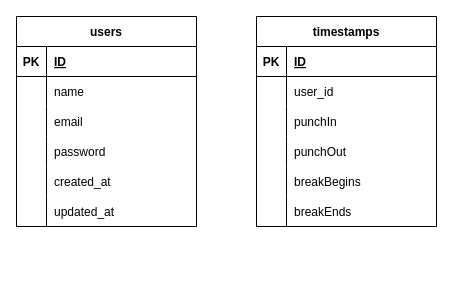
sakanadaketabetetai/attendance keeps this draw.io diagram as src/er.dio. Above is the earlier version. Source tidied: cells renumbered, new cells numbered last; positions are measured from the earlier drawing's top-left corner, leaving out a move shared by most shapes. Both pictures are drawn from the tidied source at 100%, with x=0, y=0 at pixel (16, 16).
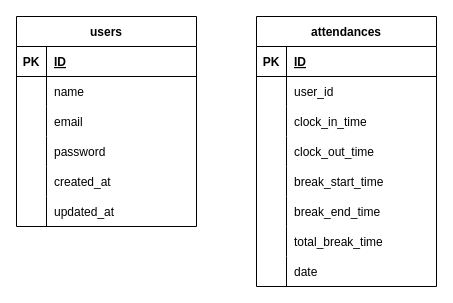
The same page after the edit.

Commit message:
リモートリポジトリの変更

Unchanged cells that the change refers to:
```xml
<mxCell id="28" style="shape=tableRow;horizontal=0;startSize=0;swimlaneHead=0;swimlaneBody=0;fillColor=none;top=0;left=0;right=0;bottom=0;" parent="21" vertex="1">
  <mxGeometry y="90" width="180" height="30" as="geometry" />
</mxCell>
<mxCell id="31" style="shape=tableRow;horizontal=0;startSize=0;swimlaneHead=0;swimlaneBody=0;fillColor=none;top=0;left=0;right=0;bottom=0;" parent="21" vertex="1">
  <mxGeometry y="120" width="180" height="30" as="geometry" />
</mxCell>
<mxCell id="34" style="shape=tableRow;horizontal=0;startSize=0;swimlaneHead=0;swimlaneBody=0;fillColor=none;top=0;left=0;right=0;bottom=0;" parent="21" vertex="1">
  <mxGeometry y="150" width="180" height="30" as="geometry" />
</mxCell>
<mxCell id="37" style="shape=tableRow;horizontal=0;startSize=0;swimlaneHead=0;swimlaneBody=0;fillColor=none;top=0;left=0;right=0;bottom=0;" parent="21" vertex="1">
  <mxGeometry y="180" width="180" height="30" as="geometry" />
</mxCell>
```

Diff of the diagram source:
```diff
@@
-    <mxCell id="21" value="timestamps" style="shape=table;startSize=30;childLayout=tableLayout;rowLines=0;fontStyle=1;align=center;" parent="1" vertex="1">
-      <mxGeometry x="240" width="180" height="210" as="geometry" />
+    <mxCell id="21" value="attendances" style="shape=table;startSize=30;childLayout=tableLayout;rowLines=0;fontStyle=1;align=center;" parent="1" vertex="1">
+      <mxGeometry x="240" width="180" height="270" as="geometry" />
     </mxCell>
@@
-    <mxCell id="30" value="punchIn" style="shape=partialRectangle;fillColor=none;top=0;left=0;bottom=0;right=0;align=left;spacingLeft=6;overflow=hidden;" parent="28" vertex="1">
+    <mxCell id="30" value="clock_in_time" style="shape=partialRectangle;fillColor=none;top=0;left=0;bottom=0;right=0;align=left;spacingLeft=6;overflow=hidden;" parent="28" vertex="1">
       <mxGeometry x="30" width="150" height="30" as="geometry" />
     </mxCell>
@@
-    <mxCell id="33" value="punchOut" style="shape=partialRectangle;fillColor=none;top=0;left=0;bottom=0;right=0;align=left;spacingLeft=6;overflow=hidden;" parent="31" vertex="1">
+    <mxCell id="33" value="clock_out_time" style="shape=partialRectangle;fillColor=none;top=0;left=0;bottom=0;right=0;align=left;spacingLeft=6;overflow=hidden;" parent="31" vertex="1">
       <mxGeometry x="30" width="150" height="30" as="geometry" />
     </mxCell>
@@
-    <mxCell id="36" value="breakBegins" style="shape=partialRectangle;fillColor=none;top=0;left=0;bottom=0;right=0;align=left;spacingLeft=6;overflow=hidden;" parent="34" vertex="1">
+    <mxCell id="36" value="break_start_time" style="shape=partialRectangle;fillColor=none;top=0;left=0;bottom=0;right=0;align=left;spacingLeft=6;overflow=hidden;" parent="34" vertex="1">
       <mxGeometry x="30" width="150" height="30" as="geometry" />
     </mxCell>
@@
-    <mxCell id="39" value="breakEnds" style="shape=partialRectangle;fillColor=none;top=0;left=0;bottom=0;right=0;align=left;spacingLeft=6;overflow=hidden;" parent="37" vertex="1">
+    <mxCell id="39" value="break_end_time" style="shape=partialRectangle;fillColor=none;top=0;left=0;bottom=0;right=0;align=left;spacingLeft=6;overflow=hidden;" parent="37" vertex="1">
       <mxGeometry x="30" width="150" height="30" as="geometry" />
     </mxCell>
+    <mxCell id="40" style="shape=tableRow;horizontal=0;startSize=0;swimlaneHead=0;swimlaneBody=0;fillColor=none;top=0;left=0;right=0;bottom=0;" parent="21" vertex="1">
+      <mxGeometry y="210" width="180" height="30" as="geometry" />
+    </mxCell>
+    <mxCell id="41" style="shape=partialRectangle;fillColor=none;top=0;left=0;bottom=0;right=0;overflow=hidden;" parent="40" vertex="1">
+      <mxGeometry width="30" height="30" as="geometry" />
+    </mxCell>
+    <mxCell id="42" value="total_break_time" style="shape=partialRectangle;fillColor=none;top=0;left=0;bottom=0;right=0;align=left;spacingLeft=6;overflow=hidden;" parent="40" vertex="1">
+      <mxGeometry x="30" width="150" height="30" as="geometry" />
+    </mxCell>
+    <mxCell id="43" style="shape=tableRow;horizontal=0;startSize=0;swimlaneHead=0;swimlaneBody=0;fillColor=none;top=0;left=0;right=0;bottom=0;" parent="21" vertex="1">
+      <mxGeometry y="240" width="180" height="30" as="geometry" />
+    </mxCell>
+    <mxCell id="44" style="shape=partialRectangle;fillColor=none;top=0;left=0;bottom=0;right=0;overflow=hidden;" parent="43" vertex="1">
+      <mxGeometry width="30" height="30" as="geometry" />
+    </mxCell>
+    <mxCell id="45" value="date" style="shape=partialRectangle;fillColor=none;top=0;left=0;bottom=0;right=0;align=left;spacingLeft=6;overflow=hidden;" parent="43" vertex="1">
+      <mxGeometry x="30" width="150" height="30" as="geometry" />
+    </mxCell>
```
